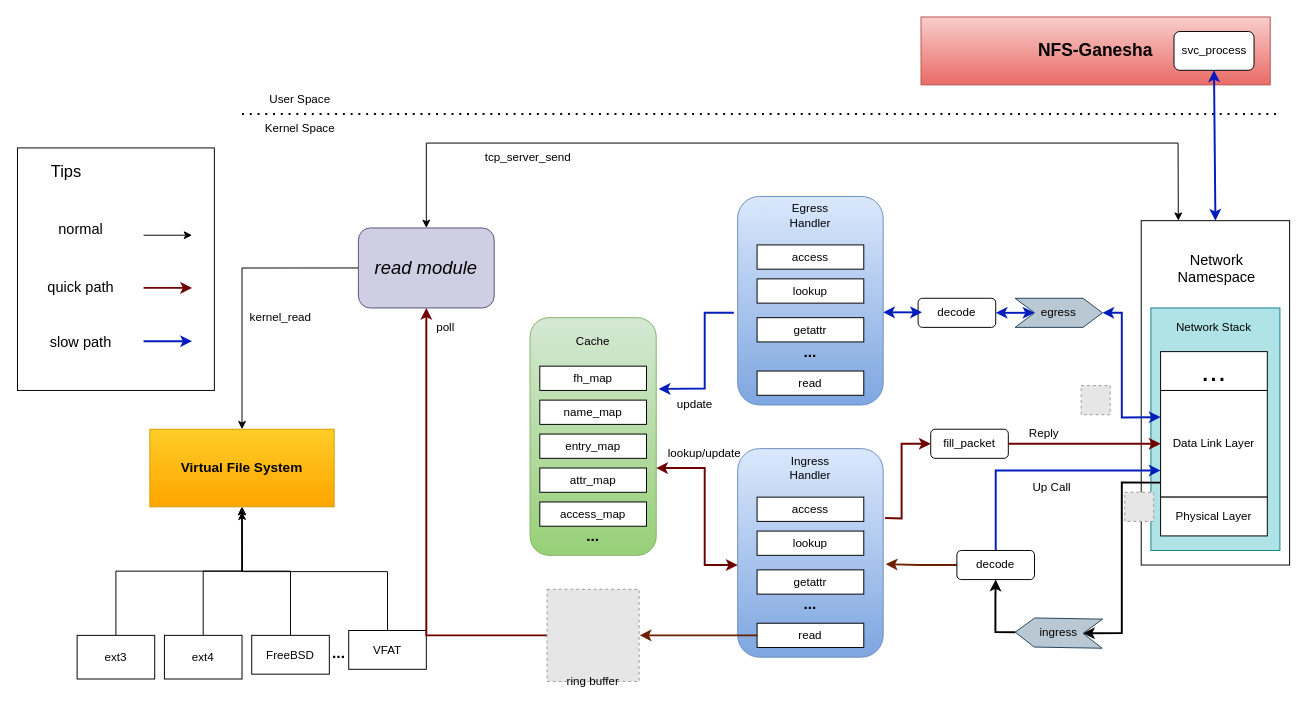
Kakoyi945/cloud keeps this draw.io diagram as 快速处理模块.drawio. Above is the earlier version. Source tidied: cells renumbered, new cells numbered last; positions are measured from the earlier drawing's top-left corner, leaving out a move shared by most shapes. Both pictures are drawn from the tidied source at 97%, with x=0, y=0 at pixel (16, 16). Pictures stored in the file or linked from it are replaced by grey dashed boxes.
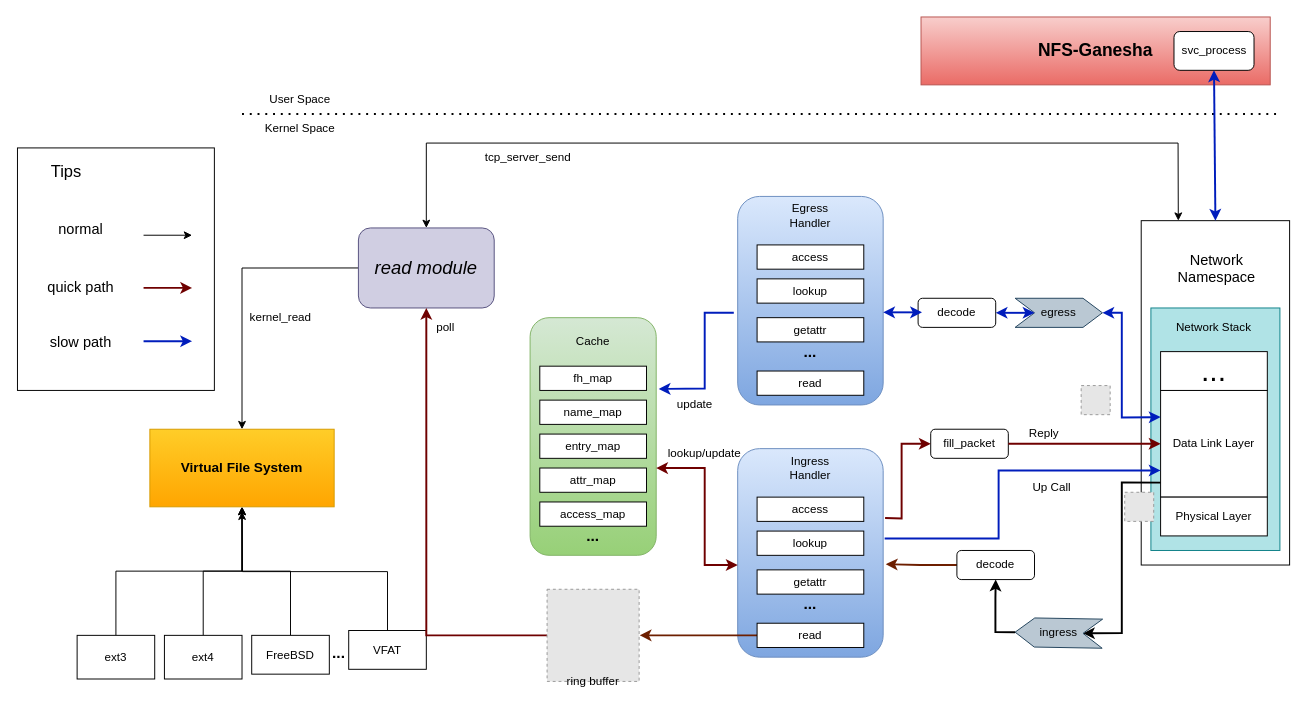
The same diagram, later.

Commit message:
更新快速处理模块.drawio

The change refers to these unchanged cells:
```xml
<mxCell id="9" value="Data Link Layer" style="rounded=0;whiteSpace=wrap;html=1;" parent="1" vertex="1">
  <mxGeometry x="1179" y="385" width="110" height="110" as="geometry" />
</mxCell>
<mxCell id="20" style="rounded=1;whiteSpace=wrap;html=1;fillColor=#dae8fc;gradientColor=#7ea6e0;strokeColor=#6c8ebf;" parent="1" vertex="1">
  <mxGeometry x="743" y="445" width="150" height="215" as="geometry" />
</mxCell>
<mxCell id="39" value="decode" style="rounded=1;whiteSpace=wrap;html=1;" parent="1" vertex="1">
  <mxGeometry x="969" y="550" width="80" height="30" as="geometry" />
</mxCell>
```

What changed in the source:
```diff
@@
-    <mxCell id="37" style="edgeStyle=orthogonalEdgeStyle;rounded=0;jettySize=auto;html=1;exitX=0.5;exitY=0;exitDx=0;exitDy=0;entryX=0;entryY=0.75;entryDx=0;entryDy=0;strokeWidth=2;fillColor=#0050ef;strokeColor=#001DBC;" parent="1" edge="1" source="39" target="9">
-      <mxGeometry relative="1" as="geometry" />
+    <mxCell id="37" style="edgeStyle=orthogonalEdgeStyle;rounded=0;jettySize=auto;html=1;exitX=1.01;exitY=0.431;exitDx=0;exitDy=0;entryX=0;entryY=0.75;entryDx=0;entryDy=0;strokeWidth=2;fillColor=#0050ef;strokeColor=#001DBC;exitPerimeter=0;" parent="1" edge="1" source="20" target="9">
+      <mxGeometry relative="1" as="geometry">
+        <Array as="points">
+          <mxPoint x="1012" y="538" />
+          <mxPoint x="1012" y="467" />
+        </Array>
+      </mxGeometry>
     </mxCell>
```
